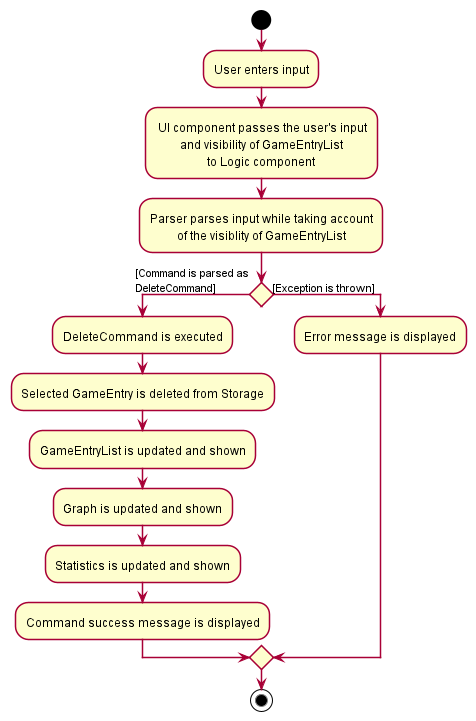
This is docs/images/DeleteActivityDiagram.png from yzhilong/tp, a PlantUML export, as it was before one commit.
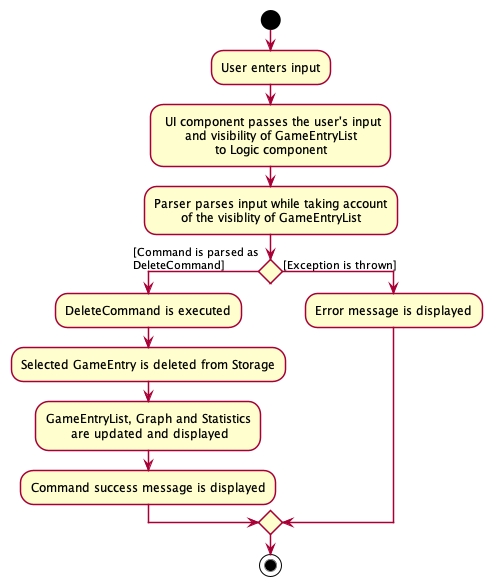
After the commit.

Commit message:
Edit Delete Activity Diagram DG

Change to the diagram source:
```diff
@@ -11,9 +11,8 @@
 DeleteCommand])
 :DeleteCommand is executed;
 :Selected GameEntry is deleted from Storage;
-:GameEntryList is updated and shown;
-:Graph is updated and shown;
-:Statistics is updated and shown;
+:GameEntryList, Graph and Statistics
+ are updated and displayed;
 :Command success message is displayed;
 else ([Exception is thrown])
 :Error message is displayed;
```
